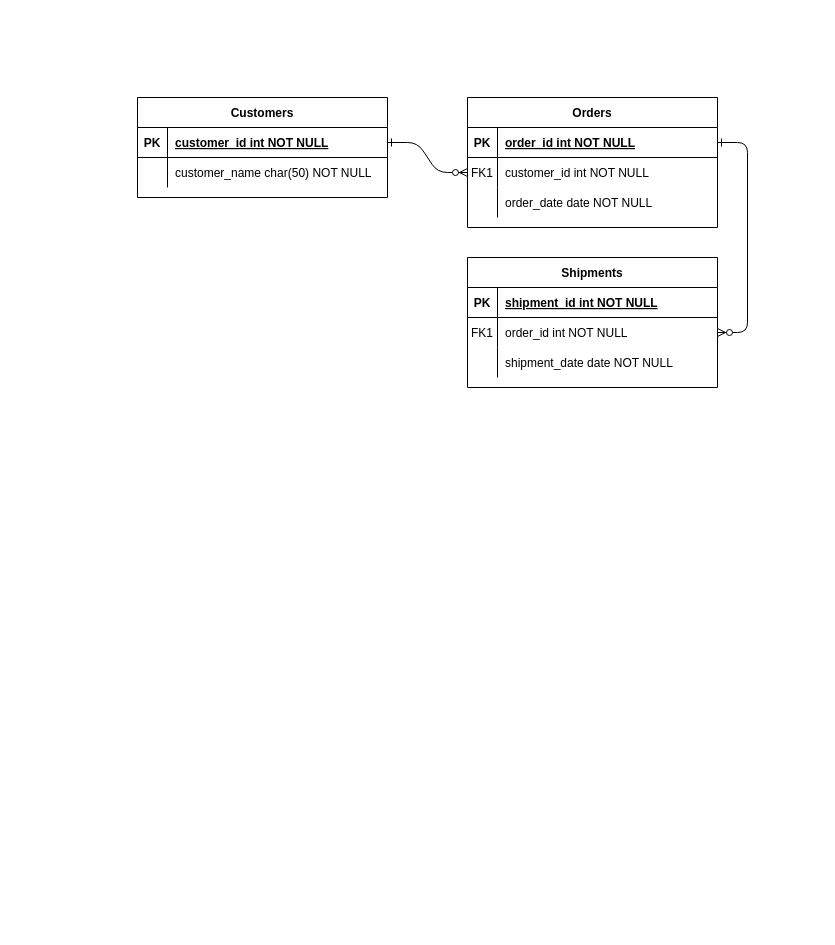
This is healthcare_ERDiagram.drawio from jacquiunciano/pywork-MSDS, a draw.io file, before an edit. Source tidied: cells renumbered, new cells numbered last; positions are measured from the earlier drawing's top-left corner, leaving out a move shared by most shapes. Both pictures are drawn from the tidied source at 100%, with x=0, y=0 at pixel (137, 97).
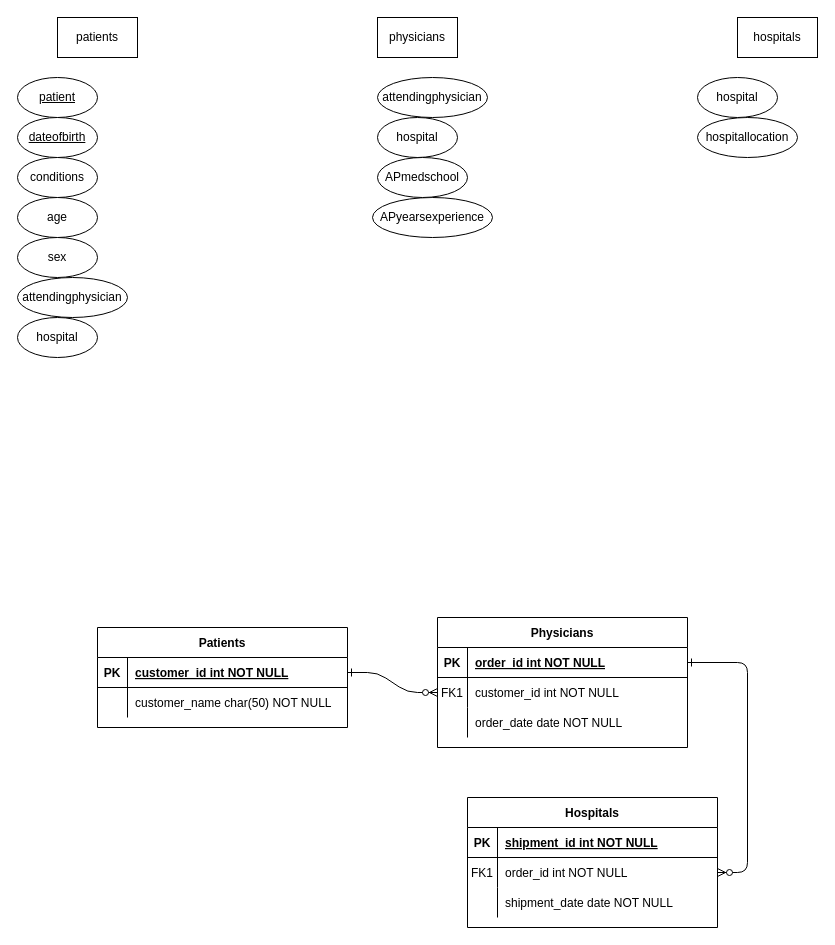
The same page after the edit.

The edit, as a diff of the source:
```diff
@@
-    <mxCell id="4" value="Orders" style="shape=table;startSize=30;childLayout=tableLayout;rowLines=0;fontStyle=1;align=center;" parent="1" vertex="1">
-      <mxGeometry x="330" width="250" height="130" as="geometry" />
+    <mxCell id="4" value="Physicians" style="shape=table;startSize=30;childLayout=tableLayout;rowLines=0;fontStyle=1;align=center;" parent="1" vertex="1">
+      <mxGeometry x="300" y="520" width="250" height="130" as="geometry" />
     </mxCell>
@@
-    <mxCell id="14" value="Shipments" style="shape=table;startSize=30;childLayout=tableLayout;rowLines=0;fontStyle=1;align=center;" parent="1" vertex="1">
-      <mxGeometry x="330" y="160" width="250" height="130" as="geometry" />
+    <mxCell id="14" value="Hospitals" style="shape=table;startSize=30;childLayout=tableLayout;rowLines=0;fontStyle=1;align=center;" parent="1" vertex="1">
+      <mxGeometry x="330" y="700" width="250" height="130" as="geometry" />
     </mxCell>
@@
-    <mxCell id="24" value="Customers" style="shape=table;startSize=30;childLayout=tableLayout;rowLines=0;fontStyle=1;align=center;" parent="1" vertex="1">
-      <mxGeometry width="250" height="100" as="geometry" />
+    <mxCell id="24" value="Patients" style="shape=table;startSize=30;childLayout=tableLayout;rowLines=0;fontStyle=1;align=center;" parent="1" vertex="1">
+      <mxGeometry x="-40" y="530" width="250" height="100" as="geometry" />
     </mxCell>
@@
+    <mxCell id="31" value="patients" style="rounded=0;whiteSpace=wrap;html=1;" parent="1" vertex="1">
+      <mxGeometry x="-80" y="-80" width="80" height="40" as="geometry" />
+    </mxCell>
+    <mxCell id="32" value="hospitals" style="rounded=0;whiteSpace=wrap;html=1;" parent="1" vertex="1">
+      <mxGeometry x="600" y="-80" width="80" height="40" as="geometry" />
+    </mxCell>
+    <mxCell id="33" value="physicians" style="rounded=0;whiteSpace=wrap;html=1;" parent="1" vertex="1">
+      <mxGeometry x="240" y="-80" width="80" height="40" as="geometry" />
+    </mxCell>
+    <mxCell id="34" value="conditions" style="ellipse;whiteSpace=wrap;html=1;" parent="1" vertex="1">
+      <mxGeometry x="-120" y="60" width="80" height="40" as="geometry" />
+    </mxCell>
+    <mxCell id="35" value="&lt;u&gt;dateofbirth&lt;/u&gt;" style="ellipse;whiteSpace=wrap;html=1;" parent="1" vertex="1">
+      <mxGeometry x="-120" y="20" width="80" height="40" as="geometry" />
+    </mxCell>
+    <mxCell id="36" value="&lt;u&gt;patient&lt;/u&gt;" style="ellipse;whiteSpace=wrap;html=1;" parent="1" vertex="1">
+      <mxGeometry x="-120" y="-20" width="80" height="40" as="geometry" />
+    </mxCell>
+    <mxCell id="37" value="attendingphysician" style="ellipse;whiteSpace=wrap;html=1;" parent="1" vertex="1">
+      <mxGeometry x="-120" y="180" width="110" height="40" as="geometry" />
+    </mxCell>
+    <mxCell id="38" value="age" style="ellipse;whiteSpace=wrap;html=1;" parent="1" vertex="1">
+      <mxGeometry x="-120" y="100" width="80" height="40" as="geometry" />
+    </mxCell>
+    <mxCell id="39" value="attendingphysician" style="ellipse;whiteSpace=wrap;html=1;" parent="1" vertex="1">
+      <mxGeometry x="240" y="-20" width="110" height="40" as="geometry" />
+    </mxCell>
+    <mxCell id="40" value="sex" style="ellipse;whiteSpace=wrap;html=1;" parent="1" vertex="1">
+      <mxGeometry x="-120" y="140" width="80" height="40" as="geometry" />
+    </mxCell>
+    <mxCell id="41" value="hospital" style="ellipse;whiteSpace=wrap;html=1;" parent="1" vertex="1">
+      <mxGeometry x="-120" y="220" width="80" height="40" as="geometry" />
+    </mxCell>
+    <mxCell id="42" value="APyearsexperience" style="ellipse;whiteSpace=wrap;html=1;" parent="1" vertex="1">
+      <mxGeometry x="235" y="100" width="120" height="40" as="geometry" />
+    </mxCell>
+    <mxCell id="43" value="hospital" style="ellipse;whiteSpace=wrap;html=1;" parent="1" vertex="1">
+      <mxGeometry x="240" y="20" width="80" height="40" as="geometry" />
+    </mxCell>
+    <mxCell id="44" value="APmedschool" style="ellipse;whiteSpace=wrap;html=1;" parent="1" vertex="1">
+      <mxGeometry x="240" y="60" width="90" height="40" as="geometry" />
+    </mxCell>
+    <mxCell id="45" value="hospitallocation" style="ellipse;whiteSpace=wrap;html=1;" parent="1" vertex="1">
+      <mxGeometry x="560" y="20" width="100" height="40" as="geometry" />
+    </mxCell>
+    <mxCell id="46" value="hospital" style="ellipse;whiteSpace=wrap;html=1;" parent="1" vertex="1">
+      <mxGeometry x="560" y="-20" width="80" height="40" as="geometry" />
+    </mxCell>
```
